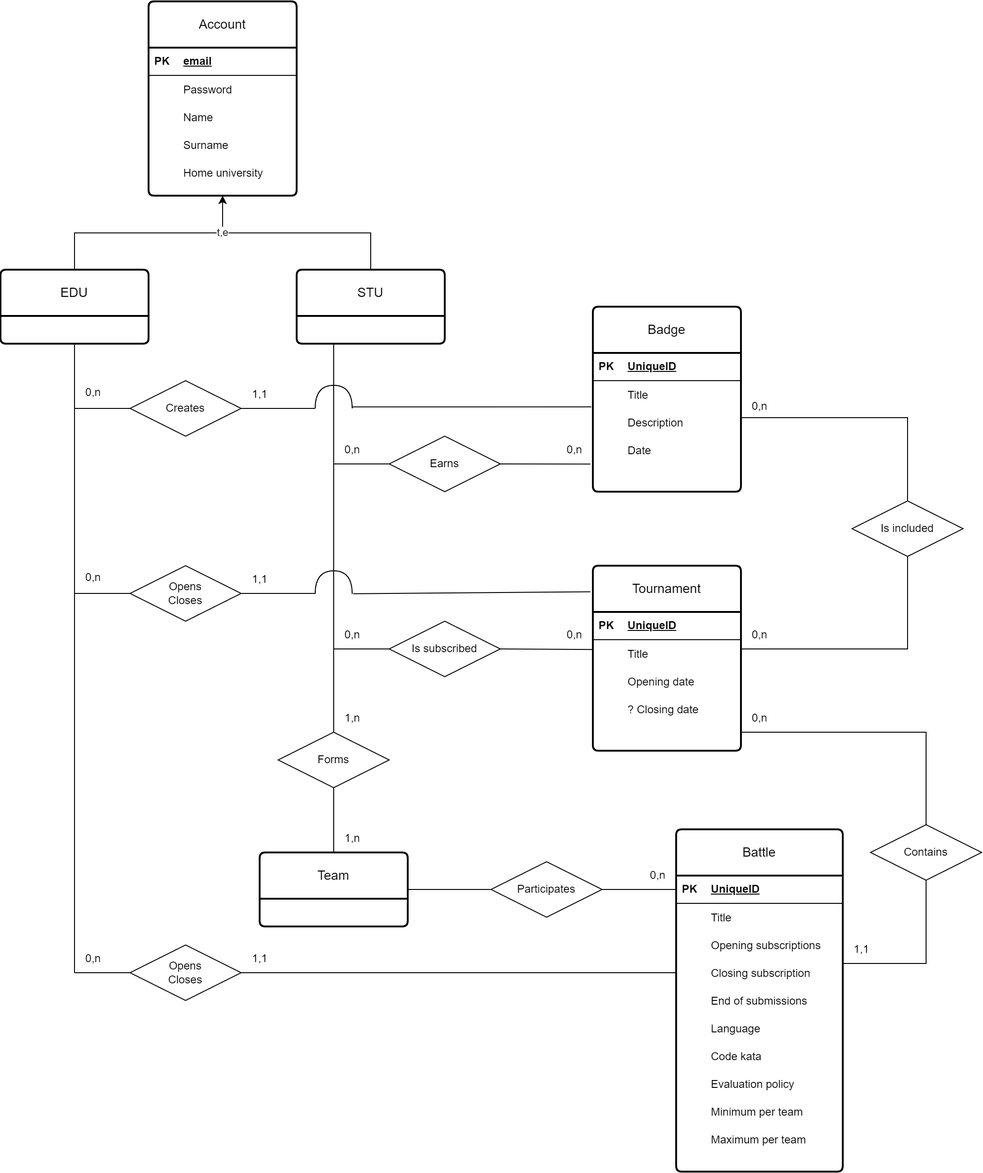
pontig/sw-eng-2-PasiniPontiggiaStasi keeps this draw.io diagram as DD/images/diagrams/er_diagram.png. Above is the earlier version. Source tidied: cells renumbered, new cells last; positions are measured from the earlier drawing's top-left corner, leaving out a move shared by most shapes.
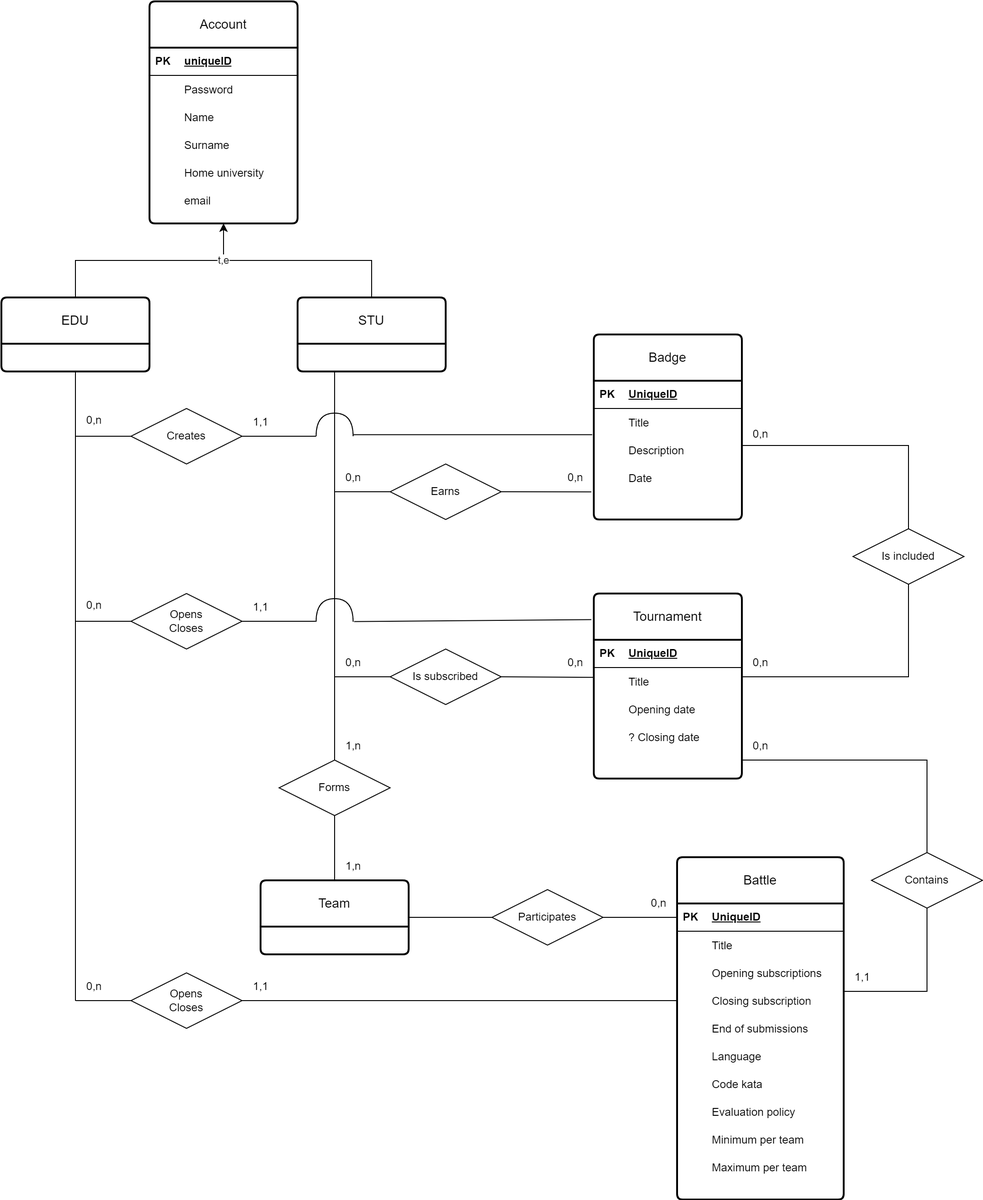
The same diagram one commit later.

The edit, as a diff of the source:
```diff
@@ -3,10 +3,10 @@
     <mxCell id="0" />
     <mxCell id="1" parent="0" />
     <mxCell id="2" value="Account" style="swimlane;horizontal=1;startSize=50;rounded=1;fontSize=14;fontStyle=0;strokeWidth=2;shadow=0;dashed=0;align=center;arcSize=4;whiteSpace=wrap;html=1;" parent="1" vertex="1">
-      <mxGeometry x="160" width="160" height="210" as="geometry" />
+      <mxGeometry x="160" y="-30" width="160" height="240" as="geometry" />
     </mxCell>
     <mxCell id="3" style="shape=table;startSize=0;rowLines=0;fontStyle=0;align=center;strokeColor=none;fillColor=none;" parent="2" vertex="1">
-      <mxGeometry y="50" width="160" height="160" as="geometry" />
+      <mxGeometry y="50" width="160" height="190" as="geometry" />
     </mxCell>
     <mxCell id="4" style="shape=tableRow;horizontal=0;startSize=0;swimlaneHead=0;swimlaneBody=0;fillColor=none;top=0;left=0;right=0;bottom=1;" parent="3" vertex="1">
       <mxGeometry width="160" height="30" as="geometry" />
@@ -14,7 +14,7 @@
     <mxCell id="5" value="PK" style="shape=partialRectangle;fillColor=none;top=0;left=0;bottom=0;right=0;fontStyle=1;overflow=hidden;whiteSpace=wrap;html=1;" parent="4" vertex="1">
       <mxGeometry width="30" height="30" as="geometry" />
     </mxCell>
-    <mxCell id="6" value="email" style="shape=partialRectangle;fillColor=none;top=0;left=0;bottom=0;right=0;align=left;spacingLeft=6;fontStyle=5;overflow=hidden;whiteSpace=wrap;html=1;" parent="4" vertex="1">
+    <mxCell id="6" value="uniqueID" style="shape=partialRectangle;fillColor=none;top=0;left=0;bottom=0;right=0;align=left;spacingLeft=6;fontStyle=5;overflow=hidden;whiteSpace=wrap;html=1;" parent="4" vertex="1">
       <mxGeometry x="30" width="130" height="30" as="geometry" />
     </mxCell>
     <mxCell id="7" style="shape=tableRow;horizontal=0;startSize=0;swimlaneHead=0;swimlaneBody=0;fillColor=none;top=0;left=0;right=0;bottom=0;" parent="3" vertex="1">
@@ -53,6 +53,15 @@
     <mxCell id="18" value="Home university" style="shape=partialRectangle;fillColor=none;top=0;left=0;bottom=0;right=0;align=left;spacingLeft=6;overflow=hidden;" parent="16" vertex="1">
       <mxGeometry x="30" width="130" height="30" as="geometry" />
     </mxCell>
+    <mxCell id="133" style="shape=tableRow;horizontal=0;startSize=0;swimlaneHead=0;swimlaneBody=0;fillColor=none;top=0;left=0;right=0;bottom=0;" parent="3" vertex="1">
+      <mxGeometry y="150" width="160" height="30" as="geometry" />
+    </mxCell>
+    <mxCell id="134" style="shape=partialRectangle;fillColor=none;top=0;left=0;bottom=0;right=0;overflow=hidden;" parent="133" vertex="1">
+      <mxGeometry width="30" height="30" as="geometry" />
+    </mxCell>
+    <mxCell id="135" value="email" style="shape=partialRectangle;fillColor=none;top=0;left=0;bottom=0;right=0;align=left;spacingLeft=6;overflow=hidden;" parent="133" vertex="1">
+      <mxGeometry x="30" width="130" height="30" as="geometry" />
+    </mxCell>
     <mxCell id="19" style="edgeStyle=elbowEdgeStyle;rounded=0;jettySize=auto;html=1;elbow=vertical;" parent="1" edge="1" source="20" target="2">
       <mxGeometry relative="1" as="geometry" />
     </mxCell>
```
